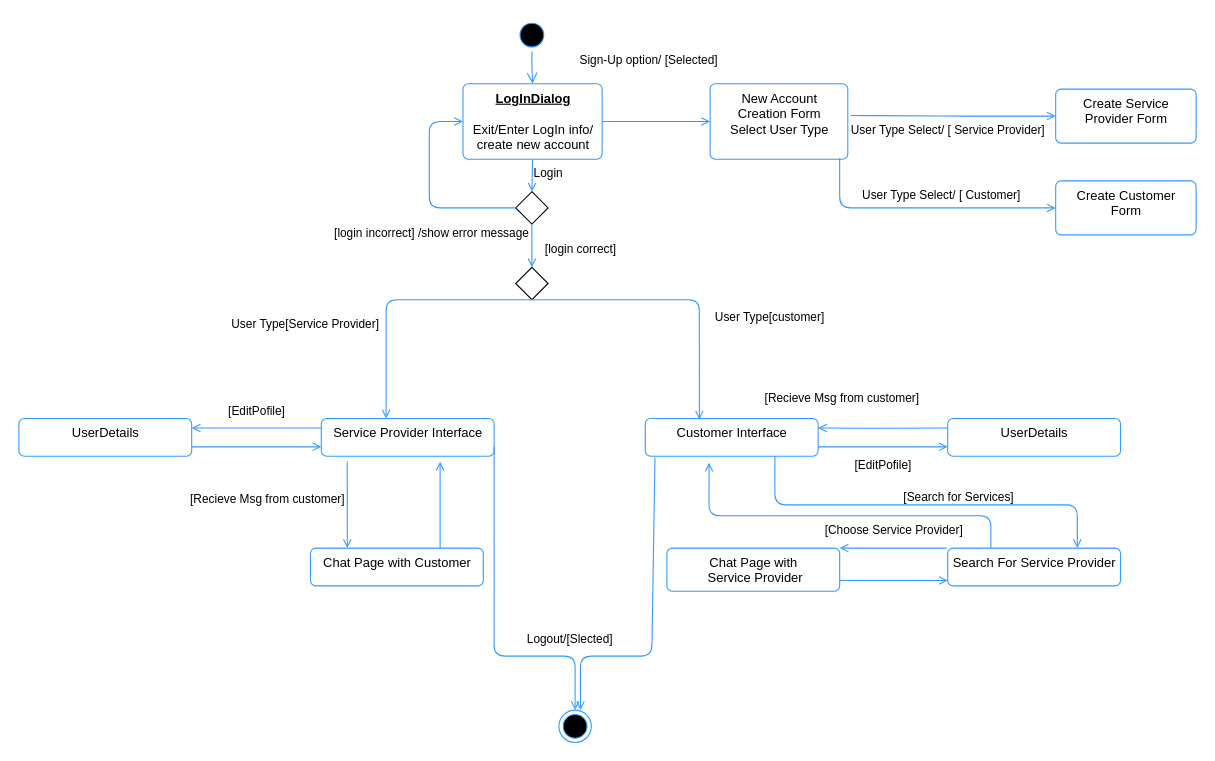
schurch82/High-Five-Star keeps this draw.io diagram as StateMachineDia.drawio. Above is the earlier version. Source tidied: cells renumbered, new cells numbered last; positions are measured from the earlier drawing's top-left corner, leaving out a move shared by most shapes. Both pictures are drawn from the tidied source at 108%, with x=0, y=0 at pixel (18, 18).
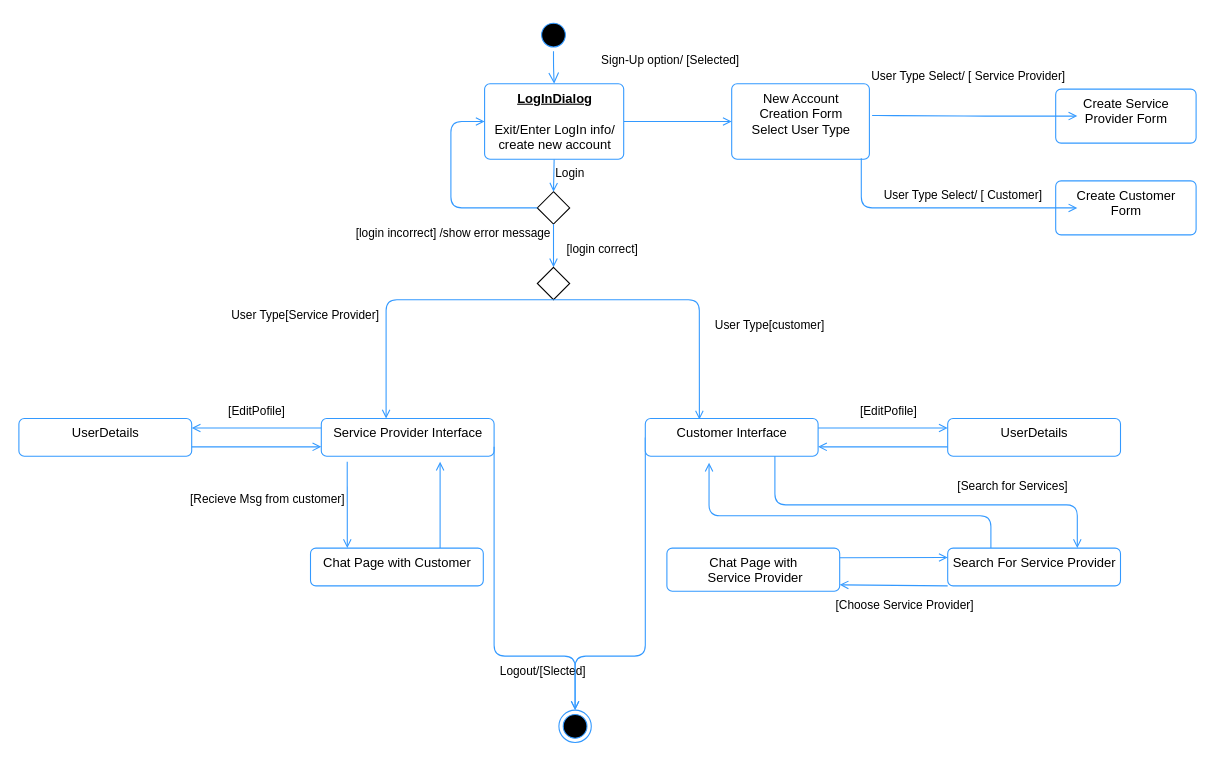
After the change.

The change refers to these unchanged cells:
```xml
<mxCell id="6" value="Create Service &lt;br&gt;Provider Form" style="html=1;align=center;verticalAlign=top;rounded=1;absoluteArcSize=1;arcSize=10;dashed=0;strokeColor=#3399FF;" parent="1" vertex="1">
  <mxGeometry x="960" y="65" width="130" height="50" as="geometry" />
</mxCell>
<mxCell id="9" style="ellipse;html=1;shape=endState;fillColor=#000000;strokeColor=#3399FF;" parent="1" vertex="1">
  <mxGeometry x="500" y="640" width="30" height="30" as="geometry" />
</mxCell>
<mxCell id="27" value="UserDetails" style="html=1;align=center;verticalAlign=top;rounded=1;absoluteArcSize=1;arcSize=10;dashed=0;strokeColor=#3399FF;" parent="1" vertex="1">
  <mxGeometry x="860" y="370" width="160" height="35" as="geometry" />
</mxCell>
<mxCell id="28" value="Customer Interface" style="html=1;align=center;verticalAlign=top;rounded=1;absoluteArcSize=1;arcSize=10;dashed=0;strokeColor=#3399FF;" parent="1" vertex="1">
  <mxGeometry x="580" y="370" width="160" height="35" as="geometry" />
</mxCell>
<mxCell id="29" value="Search For Service Provider" style="html=1;align=center;verticalAlign=top;rounded=1;absoluteArcSize=1;arcSize=10;dashed=0;strokeColor=#3399FF;" parent="1" vertex="1">
  <mxGeometry x="860" y="490" width="160" height="35" as="geometry" />
</mxCell>
<mxCell id="34" value="Chat Page with&lt;br&gt;&amp;nbsp;Service Provider" style="html=1;align=center;verticalAlign=top;rounded=1;absoluteArcSize=1;arcSize=10;dashed=0;strokeColor=#3399FF;" parent="1" vertex="1">
  <mxGeometry x="600" y="490" width="160" height="40" as="geometry" />
</mxCell>
```

What changed in the source:
```diff
@@
     <mxCell id="3" value="New Account &lt;br&gt;Creation Form&lt;br&gt;Select User Type" style="html=1;align=center;verticalAlign=top;rounded=1;absoluteArcSize=1;arcSize=10;dashed=0;strokeColor=#3399FF;" parent="1" vertex="1">
-      <mxGeometry x="640" y="60" width="127.5" height="70" as="geometry" />
+      <mxGeometry x="660" y="60" width="127.5" height="70" as="geometry" />
     </mxCell>
@@
-    <mxCell id="7" value="User Type Select/ [ Service Provider]" style="html=1;verticalAlign=top;labelBackgroundColor=none;endArrow=open;endFill=0;strokeColor=#3399FF;entryX=0;entryY=0.5;entryDx=0;entryDy=0;" parent="1" edge="1" target="6">
-      <mxGeometry x="-0.05" relative="1" as="geometry">
-        <mxPoint x="770" y="89.5" as="sourcePoint" />
+    <mxCell id="7" value="User Type Select/ [ Service Provider]" style="html=1;verticalAlign=top;labelBackgroundColor=none;endArrow=open;endFill=0;strokeColor=#3399FF;entryX=0;entryY=0.5;entryDx=0;entryDy=0;" parent="1" edge="1">
+      <mxGeometry x="-0.06" y="50" relative="1" as="geometry">
+        <mxPoint x="790" y="89.5" as="sourcePoint" />
+        <mxPoint x="980" y="90" as="targetPoint" />
         <Array as="points">
-          <mxPoint x="780" y="89.5" />
-          <mxPoint x="865" y="90" />
+          <mxPoint x="800" y="89.5" />
+          <mxPoint x="885" y="90" />
         </Array>
       </mxGeometry>
     </mxCell>
     <mxCell id="8" value="User Type Select/ [ Customer]" style="html=1;verticalAlign=top;labelBackgroundColor=none;endArrow=open;endFill=0;strokeColor=#3399FF;entryX=0;entryY=0.5;entryDx=0;entryDy=0;exitX=0.941;exitY=0.986;exitDx=0;exitDy=0;exitPerimeter=0;" parent="1" edge="1" source="3">
       <mxGeometry x="0.14" y="25" relative="1" as="geometry">
-        <mxPoint x="960" y="175" as="targetPoint" />
+        <mxPoint x="980" y="175" as="targetPoint" />
         <Array as="points">
-          <mxPoint x="760" y="175" />
-          <mxPoint x="865" y="175" />
+          <mxPoint x="780" y="175" />
+          <mxPoint x="885" y="175" />
         </Array>
       </mxGeometry>
     </mxCell>
@@
     <mxCell id="10" style="ellipse;html=1;shape=startState;fillColor=#000000;strokeColor=#3399FF;" parent="1" vertex="1">
-      <mxGeometry x="460" width="30" height="30" as="geometry" />
+      <mxGeometry x="480" width="30" height="30" as="geometry" />
     </mxCell>
@@
-    <mxCell id="12" value="Logout/[Slected]" style="html=1;verticalAlign=top;labelBackgroundColor=none;endArrow=open;endFill=0;strokeColor=#3399FF;exitX=0.056;exitY=1.029;exitDx=0;exitDy=0;exitPerimeter=0;" parent="1" edge="1" source="28">
-      <mxGeometry x="0.67" y="-32" relative="1" as="geometry">
-        <mxPoint x="520" y="640" as="targetPoint" />
+    <mxCell id="12" value="Logout/[Slected]" style="html=1;verticalAlign=top;labelBackgroundColor=none;endArrow=open;endFill=0;strokeColor=#3399FF;entryX=0.5;entryY=0;entryDx=0;entryDy=0;exitX=0;exitY=0.5;exitDx=0;exitDy=0;" parent="1" edge="1" source="28" target="9">
+      <mxGeometry x="0.69" y="-30" relative="1" as="geometry">
         <Array as="points">
-          <mxPoint x="586" y="590" />
-          <mxPoint x="520" y="590" />
+          <mxPoint x="580" y="590" />
+          <mxPoint x="515" y="590" />
         </Array>
-        <mxPoint x="22" y="-30" as="offset" />
       </mxGeometry>
     </mxCell>
     <mxCell id="13" style="rhombus;" parent="1" vertex="1">
-      <mxGeometry x="460" y="160" width="30" height="30" as="geometry" />
+      <mxGeometry x="480" y="160" width="30" height="30" as="geometry" />
     </mxCell>
     <mxCell id="14" value="Login" style="html=1;verticalAlign=top;labelBackgroundColor=none;endArrow=open;endFill=0;strokeColor=#3399FF;exitX=0.5;exitY=1;exitDx=0;exitDy=0;" parent="1" edge="1" source="15">
       <mxGeometry x="-1" y="14" relative="1" as="geometry">
-        <mxPoint x="475" y="160" as="targetPoint" />
+        <mxPoint x="495" y="160" as="targetPoint" />
       </mxGeometry>
     </mxCell>
     <mxCell id="15" value="&lt;u style=&quot;font-weight: bold&quot;&gt;LogInDialog&lt;/u&gt;&lt;br&gt;&lt;br&gt;Exit/Enter LogIn info/ &lt;br&gt;create new account" style="html=1;align=center;verticalAlign=top;rounded=1;absoluteArcSize=1;arcSize=10;dashed=0;strokeColor=#3399FF;" parent="1" vertex="1">
-      <mxGeometry x="411.2" y="60" width="128.8" height="70" as="geometry" />
+      <mxGeometry x="431.2" y="60" width="128.8" height="70" as="geometry" />
     </mxCell>
     <mxCell id="16" value="[login incorrect] /show error message" style="html=1;verticalAlign=top;labelBackgroundColor=none;endArrow=open;endFill=0;strokeColor=#3399FF;entryX=0;entryY=0.5;entryDx=0;entryDy=0;exitX=0;exitY=0.5;exitDx=0;exitDy=0;" parent="1" edge="1" source="13" target="15">
       <mxGeometry x="-0.18" y="10" relative="1" as="geometry">
         <Array as="points">
-          <mxPoint x="380" y="175" />
-          <mxPoint x="380" y="95" />
+          <mxPoint x="400" y="175" />
+          <mxPoint x="400" y="95" />
         </Array>
       </mxGeometry>
     </mxCell>
     <mxCell id="17" value="[login correct]" style="html=1;verticalAlign=top;labelBackgroundColor=none;endArrow=open;endFill=0;strokeColor=#3399FF;exitX=0.5;exitY=1;exitDx=0;exitDy=0;" parent="1" edge="1" source="13">
       <mxGeometry x="-0.5" y="45" relative="1" as="geometry">
-        <mxPoint x="475" y="230" as="targetPoint" />
+        <mxPoint x="495" y="230" as="targetPoint" />
       </mxGeometry>
     </mxCell>
     <mxCell id="18" style="rhombus;" parent="1" vertex="1">
-      <mxGeometry x="460" y="230" width="30" height="30" as="geometry" />
+      <mxGeometry x="480" y="230" width="30" height="30" as="geometry" />
     </mxCell>
@@
-    <mxCell id="30" value="[EditPofile]" style="html=1;verticalAlign=top;labelBackgroundColor=none;endArrow=open;endFill=0;strokeColor=#3399FF;exitX=0;exitY=0.25;exitDx=0;exitDy=0;entryX=1;entryY=0.25;entryDx=0;entryDy=0;" parent="1" edge="1" source="27" target="28">
-      <mxGeometry y="21" relative="1" as="geometry">
-        <Array as="points">
-          <mxPoint x="790" y="379" />
-        </Array>
-      </mxGeometry>
+    <mxCell id="30" value="[EditPofile]" style="html=1;verticalAlign=top;labelBackgroundColor=none;endArrow=open;endFill=0;strokeColor=#3399FF;entryX=1;entryY=0.75;entryDx=0;entryDy=0;exitX=0;exitY=0.75;exitDx=0;exitDy=0;" parent="1" edge="1" source="27" target="28">
+      <mxGeometry x="-0.09" y="-46" relative="1" as="geometry" />
     </mxCell>
-    <mxCell id="31" value="[Choose Service Provider]" style="html=1;verticalAlign=top;labelBackgroundColor=none;endArrow=open;endFill=0;strokeColor=#3399FF;entryX=0;entryY=0.75;entryDx=0;entryDy=0;exitX=1;exitY=0.75;exitDx=0;exitDy=0;" parent="1" edge="1" source="28" target="27">
-      <mxGeometry x="0.17" y="-64" relative="1" as="geometry" />
+    <mxCell id="31" value="[Choose Service Provider]" style="html=1;verticalAlign=top;labelBackgroundColor=none;endArrow=open;endFill=0;strokeColor=#3399FF;entryX=0;entryY=0.25;entryDx=0;entryDy=0;exitX=1;exitY=0.25;exitDx=0;exitDy=0;" parent="1" edge="1" source="28" target="27">
+      <mxGeometry x="0.33" y="-151" relative="1" as="geometry" />
     </mxCell>
     <mxCell id="32" value="[Search for Services]" style="html=1;verticalAlign=top;labelBackgroundColor=none;endArrow=open;endFill=0;strokeColor=#3399FF;entryX=0.75;entryY=0;entryDx=0;entryDy=0;exitX=0.75;exitY=1;exitDx=0;exitDy=0;" parent="1" edge="1" source="28" target="29">
-      <mxGeometry x="0.18" y="20" relative="1" as="geometry">
+      <mxGeometry x="0.45" y="30" relative="1" as="geometry">
         <Array as="points">
           <mxPoint x="700" y="450" />
           <mxPoint x="980" y="450" />
         </Array>
       </mxGeometry>
     </mxCell>
     <mxCell id="33" style="html=1;verticalAlign=top;labelBackgroundColor=none;endArrow=open;endFill=0;strokeColor=#3399FF;exitX=0.25;exitY=0;exitDx=0;exitDy=0;entryX=0.369;entryY=1.171;entryDx=0;entryDy=0;entryPerimeter=0;" parent="1" edge="1" source="29" target="28">
       <mxGeometry x="0.14" y="244" relative="1" as="geometry">
         <Array as="points">
           <mxPoint x="900" y="460" />
+          <mxPoint x="870" y="460" />
+          <mxPoint x="850" y="460" />
           <mxPoint x="639" y="460" />
         </Array>
       </mxGeometry>
     </mxCell>
@@
-    <mxCell id="35" value="[Recieve Msg from customer]" style="html=1;verticalAlign=top;labelBackgroundColor=none;endArrow=open;endFill=0;strokeColor=#3399FF;entryX=1;entryY=0;entryDx=0;entryDy=0;exitX=0.75;exitY=1;exitDx=0;exitDy=0;" parent="1" edge="1" target="34">
-      <mxGeometry x="1" y="-182" relative="1" as="geometry">
-        <mxPoint x="859" y="490" as="sourcePoint" />
-        <mxPoint x="2" y="30" as="offset" />
+    <mxCell id="35" style="html=1;verticalAlign=top;labelBackgroundColor=none;endArrow=open;endFill=0;strokeColor=#3399FF;exitX=0;exitY=1;exitDx=0;exitDy=0;" parent="1" edge="1" source="29">
+      <mxGeometry x="0.19" y="280" relative="1" as="geometry">
+        <mxPoint x="760" y="524" as="targetPoint" />
       </mxGeometry>
     </mxCell>
-    <mxCell id="36" style="html=1;verticalAlign=top;labelBackgroundColor=none;endArrow=open;endFill=0;strokeColor=#3399FF;exitX=1;exitY=0.75;exitDx=0;exitDy=0;" parent="1" edge="1">
+    <mxCell id="36" style="html=1;verticalAlign=top;labelBackgroundColor=none;endArrow=open;endFill=0;strokeColor=#3399FF;entryX=0;entryY=0.25;entryDx=0;entryDy=0;" parent="1" edge="1" target="29">
       <mxGeometry x="0.17" y="-64" relative="1" as="geometry">
-        <mxPoint x="760" y="520" as="sourcePoint" />
-        <mxPoint x="860" y="520" as="targetPoint" />
+        <mxPoint x="760" y="499" as="sourcePoint" />
       </mxGeometry>
     </mxCell>
```
